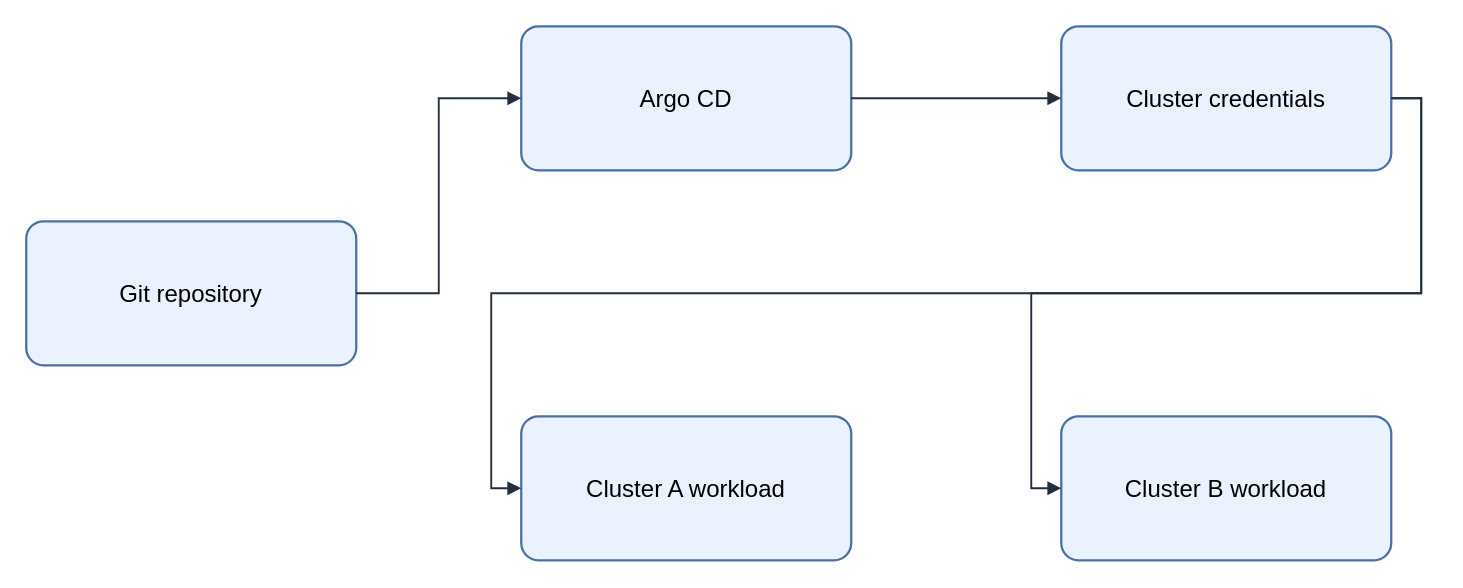
Before: assets/img/ci-cd/argocd-multi-cluster-flow.drawio in KKamJi98/kkamji98.github.io, a draw.io diagram. Source tidied: cells renumbered, new cells numbered last; positions are measured from the earlier drawing's top-left corner, leaving out a move shared by most shapes. Both pictures are drawn from the tidied source at 150%, with x=0, y=0 at pixel (26, 26).
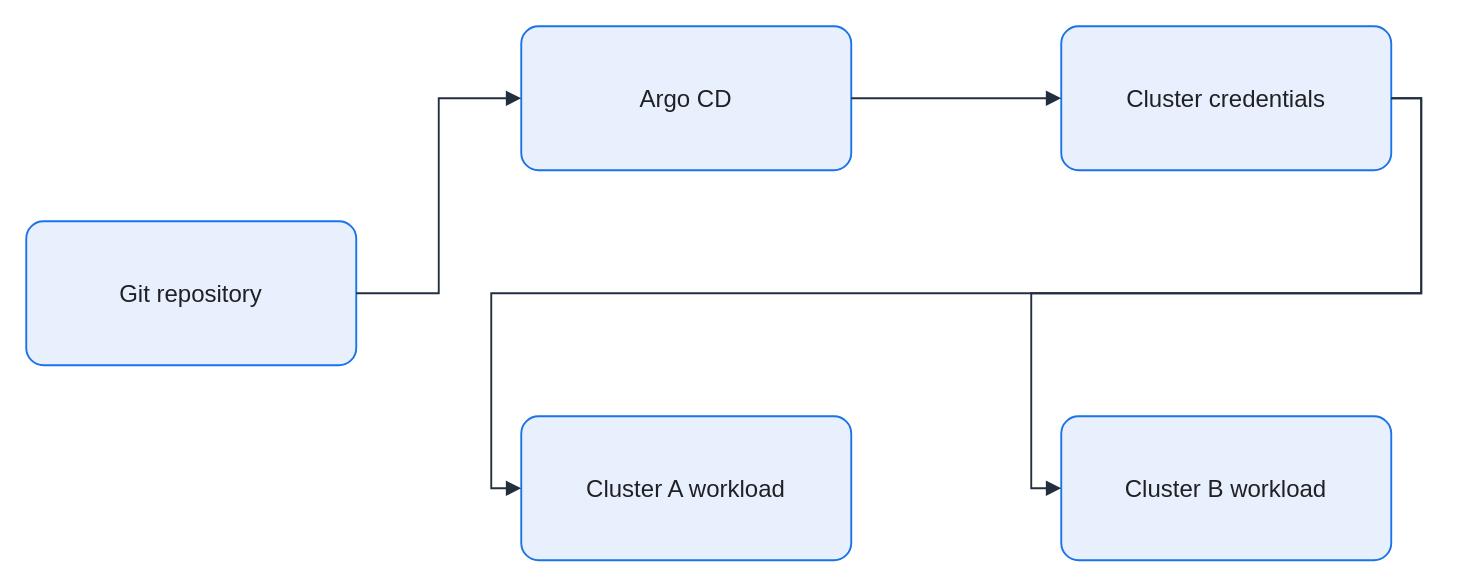
The same page after the edit.

Diff of the diagram source:
```diff
@@
 <mxGraphModel background="#FFFFFF">
   <root>
     <mxCell id="0" />
     <mxCell id="1" parent="0" />
-    <mxCell id="2" value="Git repository" style="rounded=1;arcSize=12;whiteSpace=wrap;html=0;fillColor=#EAF2FF;strokeColor=#4A6FA5;strokeWidth=1.5;fontColor=#000000;fontSize=16;align=center;verticalAlign=middle;spacing=8;shadow=0;" parent="1" vertex="1">
+    <mxCell id="2" value="Git repository" style="rounded=1;arcSize=12;whiteSpace=wrap;html=0;fillColor=#E8F0FE;strokeColor=#1A73E8;strokeWidth=1.25;fontColor=#202124;fontSize=16;align=center;verticalAlign=middle;spacing=8;shadow=0;" parent="1" vertex="1">
       <mxGeometry y="130" width="220" height="96" as="geometry" />
     </mxCell>
-    <mxCell id="3" value="Argo CD" style="rounded=1;arcSize=12;whiteSpace=wrap;html=0;fillColor=#EAF2FF;strokeColor=#4A6FA5;strokeWidth=1.5;fontColor=#000000;fontSize=16;align=center;verticalAlign=middle;spacing=8;shadow=0;" parent="1" vertex="1">
+    <mxCell id="3" value="Argo CD" style="rounded=1;arcSize=12;whiteSpace=wrap;html=0;fillColor=#E8F0FE;strokeColor=#1A73E8;strokeWidth=1.25;fontColor=#202124;fontSize=16;align=center;verticalAlign=middle;spacing=8;shadow=0;" parent="1" vertex="1">
       <mxGeometry x="330" width="220" height="96" as="geometry" />
     </mxCell>
-    <mxCell id="4" value="Cluster credentials" style="rounded=1;arcSize=12;whiteSpace=wrap;html=0;fillColor=#EAF2FF;strokeColor=#4A6FA5;strokeWidth=1.5;fontColor=#000000;fontSize=16;align=center;verticalAlign=middle;spacing=8;shadow=0;" parent="1" vertex="1">
+    <mxCell id="4" value="Cluster credentials" style="rounded=1;arcSize=12;whiteSpace=wrap;html=0;fillColor=#E8F0FE;strokeColor=#1A73E8;strokeWidth=1.25;fontColor=#202124;fontSize=16;align=center;verticalAlign=middle;spacing=8;shadow=0;" parent="1" vertex="1">
       <mxGeometry x="690" width="220" height="96" as="geometry" />
     </mxCell>
-    <mxCell id="5" value="Cluster A workload" style="rounded=1;arcSize=12;whiteSpace=wrap;html=0;fillColor=#EAF2FF;strokeColor=#4A6FA5;strokeWidth=1.5;fontColor=#000000;fontSize=16;align=center;verticalAlign=middle;spacing=8;shadow=0;" parent="1" vertex="1">
+    <mxCell id="5" value="Cluster A workload" style="rounded=1;arcSize=12;whiteSpace=wrap;html=0;fillColor=#E8F0FE;strokeColor=#1A73E8;strokeWidth=1.25;fontColor=#202124;fontSize=16;align=center;verticalAlign=middle;spacing=8;shadow=0;" parent="1" vertex="1">
       <mxGeometry x="330" y="260" width="220" height="96" as="geometry" />
     </mxCell>
-    <mxCell id="6" value="Cluster B workload" style="rounded=1;arcSize=12;whiteSpace=wrap;html=0;fillColor=#EAF2FF;strokeColor=#4A6FA5;strokeWidth=1.5;fontColor=#000000;fontSize=16;align=center;verticalAlign=middle;spacing=8;shadow=0;" parent="1" vertex="1">
+    <mxCell id="6" value="Cluster B workload" style="rounded=1;arcSize=12;whiteSpace=wrap;html=0;fillColor=#E8F0FE;strokeColor=#1A73E8;strokeWidth=1.25;fontColor=#202124;fontSize=16;align=center;verticalAlign=middle;spacing=8;shadow=0;" parent="1" vertex="1">
       <mxGeometry x="690" y="260" width="220" height="96" as="geometry" />
     </mxCell>
-    <mxCell id="7" style="edgeStyle=orthogonalEdgeStyle;rounded=0;jettySize=auto;html=0;endArrow=block;endFill=1;strokeColor=#232F3E;strokeWidth=1.25;fontColor=#000000;labelBackgroundColor=none;exitX=1;exitY=0.5;exitDx=0;exitDy=0;entryX=0;entryY=0.5;entryDx=0;entryDy=0;" parent="1" edge="1" source="2" target="3">
+    <mxCell id="7" style="edgeStyle=orthogonalEdgeStyle;rounded=0;jettySize=auto;html=0;endArrow=block;endFill=1;strokeColor=#232F3E;strokeWidth=1.25;fontColor=#202124;labelBackgroundColor=none;exitX=1;exitY=0.5;exitDx=0;exitDy=0;entryX=0;entryY=0.5;entryDx=0;entryDy=0;endSize=7;" parent="1" edge="1" source="2" target="3">
       <mxGeometry relative="1" as="geometry" />
     </mxCell>
-    <mxCell id="8" style="edgeStyle=orthogonalEdgeStyle;rounded=0;jettySize=auto;html=0;endArrow=block;endFill=1;strokeColor=#232F3E;strokeWidth=1.25;fontColor=#000000;labelBackgroundColor=none;exitX=1;exitY=0.5;exitDx=0;exitDy=0;entryX=0;entryY=0.5;entryDx=0;entryDy=0;" parent="1" edge="1" source="3" target="4">
+    <mxCell id="8" style="edgeStyle=orthogonalEdgeStyle;rounded=0;jettySize=auto;html=0;endArrow=block;endFill=1;strokeColor=#232F3E;strokeWidth=1.25;fontColor=#202124;labelBackgroundColor=none;exitX=1;exitY=0.5;exitDx=0;exitDy=0;entryX=0;entryY=0.5;entryDx=0;entryDy=0;endSize=7;" parent="1" edge="1" source="3" target="4">
       <mxGeometry relative="1" as="geometry" />
     </mxCell>
-    <mxCell id="9" style="edgeStyle=orthogonalEdgeStyle;rounded=0;jettySize=auto;html=0;endArrow=block;endFill=1;strokeColor=#232F3E;strokeWidth=1.25;fontColor=#000000;labelBackgroundColor=none;exitX=1;exitY=0.5;exitDx=0;exitDy=0;entryX=0;entryY=0.5;entryDx=0;entryDy=0;" parent="1" edge="1" source="4" target="5">
+    <mxCell id="9" style="edgeStyle=orthogonalEdgeStyle;rounded=0;jettySize=auto;html=0;endArrow=block;endFill=1;strokeColor=#232F3E;strokeWidth=1.25;fontColor=#202124;labelBackgroundColor=none;exitX=1;exitY=0.5;exitDx=0;exitDy=0;entryX=0;entryY=0.5;entryDx=0;entryDy=0;endSize=7;" parent="1" edge="1" source="4" target="5">
       <mxGeometry relative="1" as="geometry" />
     </mxCell>
-    <mxCell id="10" style="edgeStyle=orthogonalEdgeStyle;rounded=0;jettySize=auto;html=0;endArrow=block;endFill=1;strokeColor=#232F3E;strokeWidth=1.25;fontColor=#000000;labelBackgroundColor=none;exitX=1;exitY=0.5;exitDx=0;exitDy=0;entryX=0;entryY=0.5;entryDx=0;entryDy=0;" parent="1" edge="1" source="4" target="6">
+    <mxCell id="10" style="edgeStyle=orthogonalEdgeStyle;rounded=0;jettySize=auto;html=0;endArrow=block;endFill=1;strokeColor=#232F3E;strokeWidth=1.25;fontColor=#202124;labelBackgroundColor=none;exitX=1;exitY=0.5;exitDx=0;exitDy=0;entryX=0;entryY=0.5;entryDx=0;entryDy=0;endSize=7;" parent="1" edge="1" source="4" target="6">
       <mxGeometry relative="1" as="geometry" />
     </mxCell>
   </root>
 </mxGraphModel>
```
